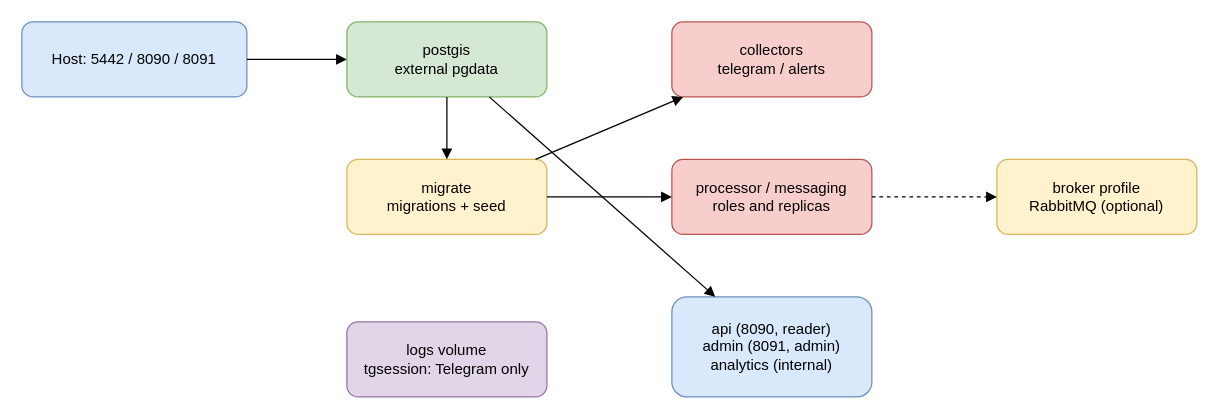
This is docs/diagrams/deployment-topology.drawio from sql-monk/Puluj-g, a draw.io file, before an edit. Source tidied: cells renumbered, new cells numbered last; positions are measured from the earlier drawing's top-left corner, leaving out a move shared by most shapes. Both pictures are drawn from the tidied source at 125%, with x=0, y=0 at pixel (21, 21).
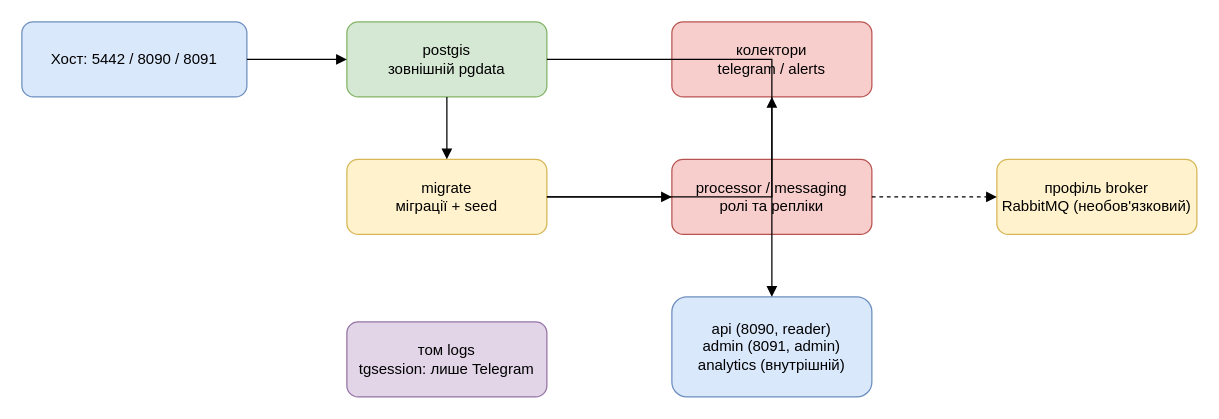
The same diagram, later.

The edit, as a diff of the source:
```diff
@@
 <mxGraphModel>
   <root>
     <mxCell id="0" />
     <mxCell id="1" parent="0" />
-    <mxCell id="2" value="Host: 5442 / 8090 / 8091" style="rounded=1;whiteSpace=wrap;html=1;fillColor=#dae8fc;strokeColor=#6c8ebf;" parent="1" vertex="1">
+    <mxCell id="2" value="Хост: 5442 / 8090 / 8091" style="rounded=1;whiteSpace=wrap;html=1;fillColor=#dae8fc;strokeColor=#6c8ebf;" parent="1" vertex="1">
       <mxGeometry width="180" height="60" as="geometry" />
     </mxCell>
-    <mxCell id="3" value="postgis&#10;external pgdata" style="rounded=1;whiteSpace=wrap;html=1;fillColor=#d5e8d4;strokeColor=#82b366;" parent="1" vertex="1">
+    <mxCell id="3" value="postgis&#10;зовнішній pgdata" style="rounded=1;whiteSpace=wrap;html=1;fillColor=#d5e8d4;strokeColor=#82b366;" parent="1" vertex="1">
       <mxGeometry x="260" width="160" height="60" as="geometry" />
     </mxCell>
-    <mxCell id="4" value="migrate&#10;migrations + seed" style="rounded=1;whiteSpace=wrap;html=1;fillColor=#fff2cc;strokeColor=#d6b656;" parent="1" vertex="1">
+    <mxCell id="4" value="migrate&#10;міграції + seed" style="rounded=1;whiteSpace=wrap;html=1;fillColor=#fff2cc;strokeColor=#d6b656;" parent="1" vertex="1">
       <mxGeometry x="260" y="110" width="160" height="60" as="geometry" />
     </mxCell>
-    <mxCell id="5" value="collectors&#10;telegram / alerts" style="rounded=1;whiteSpace=wrap;html=1;fillColor=#f8cecc;strokeColor=#b85450;" parent="1" vertex="1">
+    <mxCell id="5" value="колектори&#10;telegram / alerts" style="rounded=1;whiteSpace=wrap;html=1;fillColor=#f8cecc;strokeColor=#b85450;" parent="1" vertex="1">
       <mxGeometry x="520" width="160" height="60" as="geometry" />
     </mxCell>
-    <mxCell id="6" value="processor / messaging&#10;roles and replicas" style="rounded=1;whiteSpace=wrap;html=1;fillColor=#f8cecc;strokeColor=#b85450;" parent="1" vertex="1">
+    <mxCell id="6" value="processor / messaging&#10;ролі та репліки" style="rounded=1;whiteSpace=wrap;html=1;fillColor=#f8cecc;strokeColor=#b85450;" parent="1" vertex="1">
       <mxGeometry x="520" y="110" width="160" height="60" as="geometry" />
     </mxCell>
-    <mxCell id="7" value="api (8090, reader)&#10;admin (8091, admin)&#10;analytics (internal)" style="rounded=1;whiteSpace=wrap;html=1;fillColor=#dae8fc;strokeColor=#6c8ebf;" parent="1" vertex="1">
+    <mxCell id="7" value="api (8090, reader)&#10;admin (8091, admin)&#10;analytics (внутрішній)" style="rounded=1;whiteSpace=wrap;html=1;fillColor=#dae8fc;strokeColor=#6c8ebf;" parent="1" vertex="1">
       <mxGeometry x="520" y="220" width="160" height="80" as="geometry" />
     </mxCell>
-    <mxCell id="8" value="logs volume&#10;tgsession: Telegram only" style="rounded=1;whiteSpace=wrap;html=1;fillColor=#e1d5e7;strokeColor=#9673a6;" parent="1" vertex="1">
+    <mxCell id="8" value="том logs&#10;tgsession: лише Telegram" style="rounded=1;whiteSpace=wrap;html=1;fillColor=#e1d5e7;strokeColor=#9673a6;" parent="1" vertex="1">
       <mxGeometry x="260" y="240" width="160" height="60" as="geometry" />
     </mxCell>
-    <mxCell id="9" value="broker profile&#10;RabbitMQ (optional)" style="rounded=1;whiteSpace=wrap;html=1;fillColor=#fff2cc;strokeColor=#d6b656;" parent="1" vertex="1">
+    <mxCell id="9" value="профіль broker&#10;RabbitMQ (необов'язковий)" style="rounded=1;whiteSpace=wrap;html=1;fillColor=#fff2cc;strokeColor=#d6b656;" parent="1" vertex="1">
       <mxGeometry x="780" y="110" width="160" height="60" as="geometry" />
     </mxCell>
-    <mxCell id="10" style="endArrow=block;html=1;" parent="1" edge="1" source="2" target="3">
+    <mxCell id="10" style="edgeStyle=orthogonalEdgeStyle;rounded=0;endArrow=block;html=1;" parent="1" edge="1" source="2" target="3">
       <mxGeometry relative="1" as="geometry" />
     </mxCell>
-    <mxCell id="11" style="endArrow=block;html=1;" parent="1" edge="1" source="3" target="4">
+    <mxCell id="11" style="edgeStyle=orthogonalEdgeStyle;rounded=0;endArrow=block;html=1;" parent="1" edge="1" source="3" target="4">
       <mxGeometry relative="1" as="geometry" />
     </mxCell>
-    <mxCell id="12" style="endArrow=block;html=1;" parent="1" edge="1" source="4" target="5">
+    <mxCell id="12" style="edgeStyle=orthogonalEdgeStyle;rounded=0;endArrow=block;html=1;" parent="1" edge="1" source="4" target="5">
       <mxGeometry relative="1" as="geometry" />
     </mxCell>
-    <mxCell id="13" style="endArrow=block;html=1;" parent="1" edge="1" source="4" target="6">
+    <mxCell id="13" style="edgeStyle=orthogonalEdgeStyle;rounded=0;endArrow=block;html=1;" parent="1" edge="1" source="4" target="6">
       <mxGeometry relative="1" as="geometry" />
     </mxCell>
-    <mxCell id="14" style="endArrow=block;html=1;" parent="1" edge="1" source="3" target="7">
+    <mxCell id="14" style="edgeStyle=orthogonalEdgeStyle;rounded=0;endArrow=block;html=1;" parent="1" edge="1" source="3" target="7">
       <mxGeometry relative="1" as="geometry" />
     </mxCell>
-    <mxCell id="15" style="endArrow=block;html=1;dashed=1;" parent="1" edge="1" source="6" target="9">
+    <mxCell id="15" style="edgeStyle=orthogonalEdgeStyle;rounded=0;endArrow=block;html=1;dashed=1;" parent="1" edge="1" source="6" target="9">
       <mxGeometry relative="1" as="geometry" />
     </mxCell>
   </root>
 </mxGraphModel>
```
